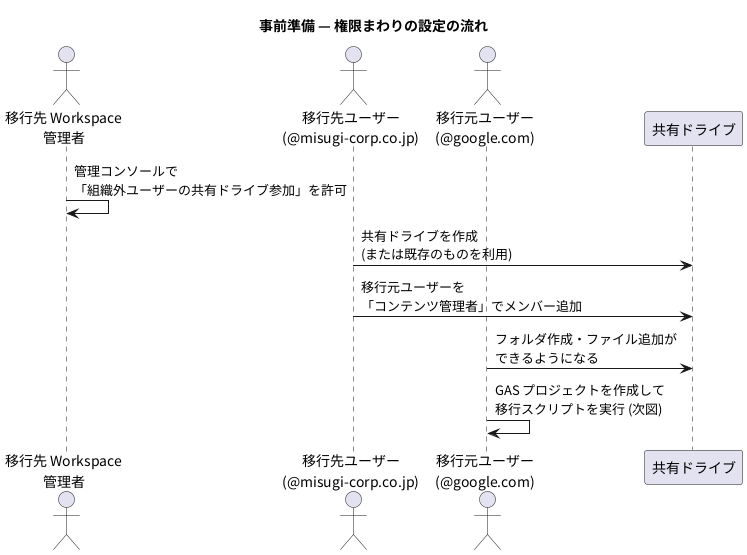
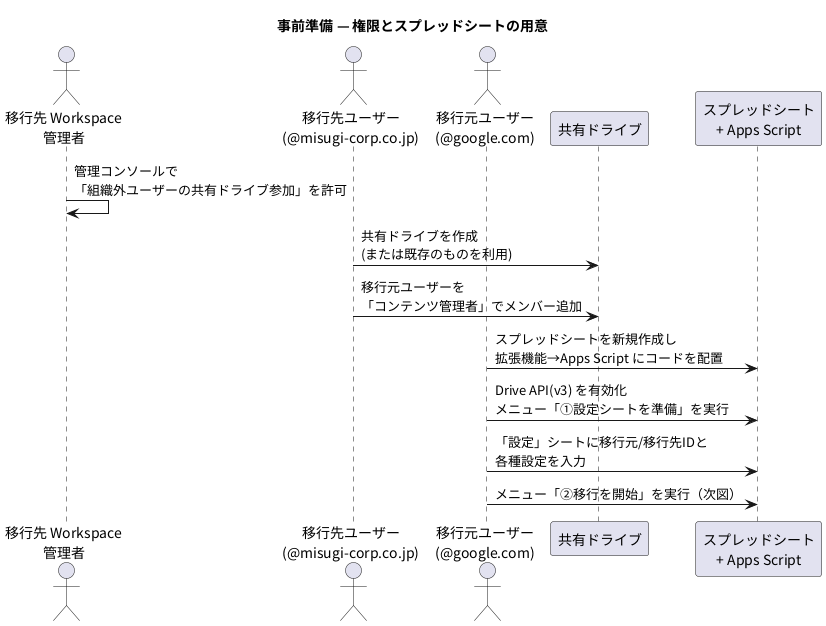
@startuml 03_permission_setup
skinparam defaultFontName "Noto Sans CJK JP"
skinparam shadowing false
- title 事前準備 — 権限まわりの設定の流れ
+ title 事前準備 — 権限とスプレッドシートの用意

actor "移行先 Workspace\n管理者" as admin
actor "移行先ユーザー\n(@misugi-corp.co.jp)" as dst
actor "移行元ユーザー\n(@google.com)" as src
participant "共有ドライブ" as sd
+ participant "スプレッドシート\n+ Apps Script" as ss

admin -> admin : 管理コンソールで\n「組織外ユーザーの共有ドライブ参加」を許可
dst -> sd : 共有ドライブを作成\n(または既存のものを利用)
dst -> sd : 移行元ユーザーを\n「コンテンツ管理者」でメンバー追加
- src -> sd : フォルダ作成・ファイル追加が\nできるようになる
- src -> src : GAS プロジェクトを作成して\n移行スクリプトを実行 (次図)
+ src -> ss : スプレッドシートを新規作成し\n拡張機能→Apps Script にコードを配置
+ src -> ss : Drive API(v3) を有効化\nメニュー「①設定シートを準備」を実行
+ src -> ss : 「設定」シートに移行元/移行先IDと\n各種設定を入力
+ src -> ss : メニュー「②移行を開始」を実行（次図）
@enduml
